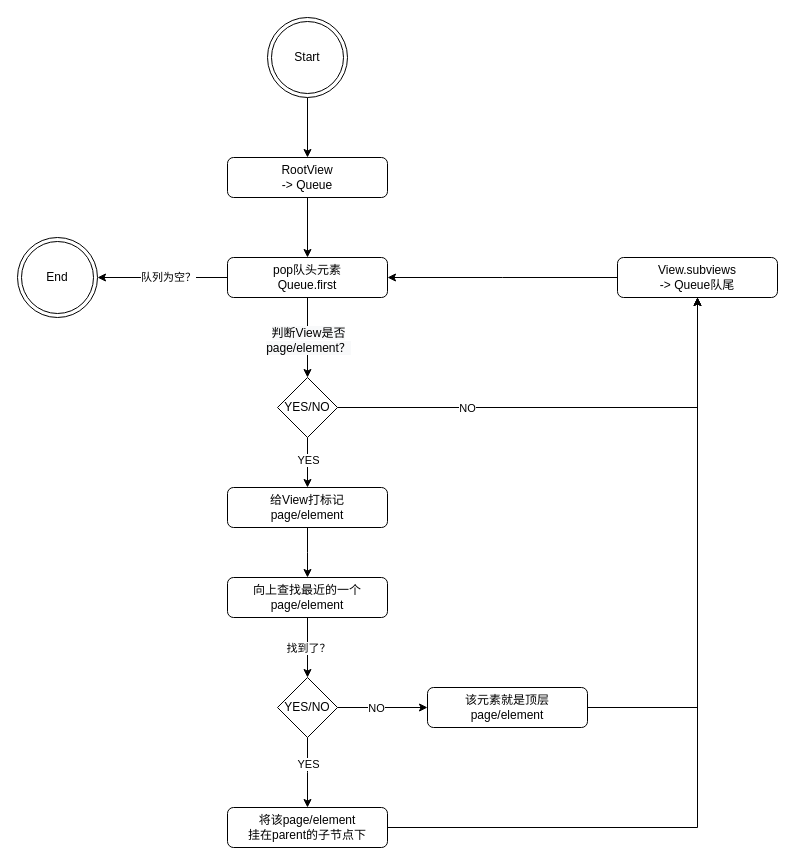
This is netease/EventTracing/曙光计划-iOS VTree.drawio from yuyinghao/diagrams, a draw.io file, before an edit. Source tidied: cells renumbered, new cells numbered last; positions are measured from the earlier drawing's top-left corner, leaving out a move shared by most shapes. Both pictures are drawn from the tidied source at 100%, with x=0, y=0 at pixel (17, 17).
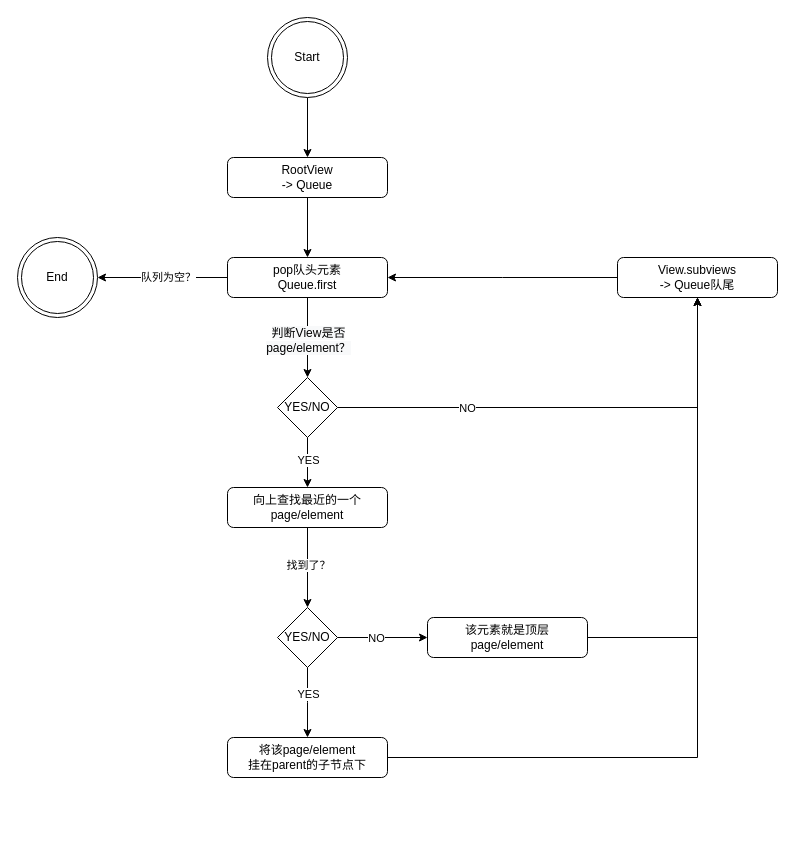
The same page after the edit.

The change refers to these unchanged cells:
```xml
<mxCell id="15" value="YES/NO" style="rhombus;whiteSpace=wrap;html=1;" parent="1" vertex="1">
  <mxGeometry x="260" y="360" width="60" height="60" as="geometry" />
</mxCell>
<mxCell id="19" value="View.subviews&lt;br&gt;-&amp;gt; Queue队尾" style="rounded=1;whiteSpace=wrap;html=1;" parent="1" vertex="1">
  <mxGeometry x="600" y="240" width="160" height="40" as="geometry" />
</mxCell>
```

What changed in the source:
```diff
@@
-    <mxCell id="11" style="rounded=0;jettySize=auto;html=1;edgeStyle=elbowEdgeStyle;elbow=vertical;" parent="1" edge="1" source="15" target="17">
+    <mxCell id="11" style="rounded=0;jettySize=auto;html=1;edgeStyle=elbowEdgeStyle;elbow=vertical;entryX=0.5;entryY=0;entryDx=0;entryDy=0;" parent="1" edge="1" source="15" target="22">
       <mxGeometry relative="1" as="geometry" />
     </mxCell>
@@
-    <mxCell id="16" style="edgeStyle=elbowEdgeStyle;rounded=0;jettySize=auto;elbow=vertical;html=1;" parent="1" edge="1" source="17" target="22">
-      <mxGeometry relative="1" as="geometry" />
-    </mxCell>
-    <mxCell id="17" value="给View打标记&lt;br&gt;page/element" style="rounded=1;whiteSpace=wrap;html=1;" parent="1" vertex="1">
-      <mxGeometry x="210" y="470" width="160" height="40" as="geometry" />
-    </mxCell>
@@
     <mxCell id="22" value="向上查找最近的一个&lt;br&gt;page/element" style="rounded=1;whiteSpace=wrap;html=1;" parent="1" vertex="1">
-      <mxGeometry x="210" y="560" width="160" height="40" as="geometry" />
+      <mxGeometry x="210" y="470" width="160" height="40" as="geometry" />
     </mxCell>
@@
     <mxCell id="27" value="YES/NO" style="rhombus;whiteSpace=wrap;html=1;" parent="1" vertex="1">
-      <mxGeometry x="260" y="660" width="60" height="60" as="geometry" />
+      <mxGeometry x="260" y="590" width="60" height="60" as="geometry" />
     </mxCell>
     <mxCell id="28" style="edgeStyle=elbowEdgeStyle;rounded=0;jettySize=auto;elbow=vertical;html=1;entryX=0.5;entryY=1;entryDx=0;entryDy=0;" parent="1" edge="1" source="29" target="19">
       <mxGeometry relative="1" as="geometry">
         <Array as="points">
+          <mxPoint x="510" y="740" />
           <mxPoint x="580" y="810" />
           <mxPoint x="490" y="840" />
         </Array>
       </mxGeometry>
     </mxCell>
     <mxCell id="29" value="将该page/element&lt;br&gt;挂在parent的子节点下" style="rounded=1;whiteSpace=wrap;html=1;" parent="1" vertex="1">
-      <mxGeometry x="210" y="790" width="160" height="40" as="geometry" />
+      <mxGeometry x="210" y="720" width="160" height="40" as="geometry" />
     </mxCell>
     <mxCell id="30" style="edgeStyle=elbowEdgeStyle;rounded=0;jettySize=auto;elbow=vertical;html=1;entryX=0.5;entryY=1;entryDx=0;entryDy=0;" parent="1" edge="1" source="31" target="19">
       <mxGeometry relative="1" as="geometry">
         <Array as="points">
+          <mxPoint x="580" y="620" />
           <mxPoint x="620" y="690" />
           <mxPoint x="640" y="740" />
         </Array>
       </mxGeometry>
     </mxCell>
     <mxCell id="31" value="该元素就是顶层&lt;br&gt;page/element" style="rounded=1;whiteSpace=wrap;html=1;" parent="1" vertex="1">
-      <mxGeometry x="410" y="670" width="160" height="40" as="geometry" />
+      <mxGeometry x="410" y="600" width="160" height="40" as="geometry" />
     </mxCell>
```
